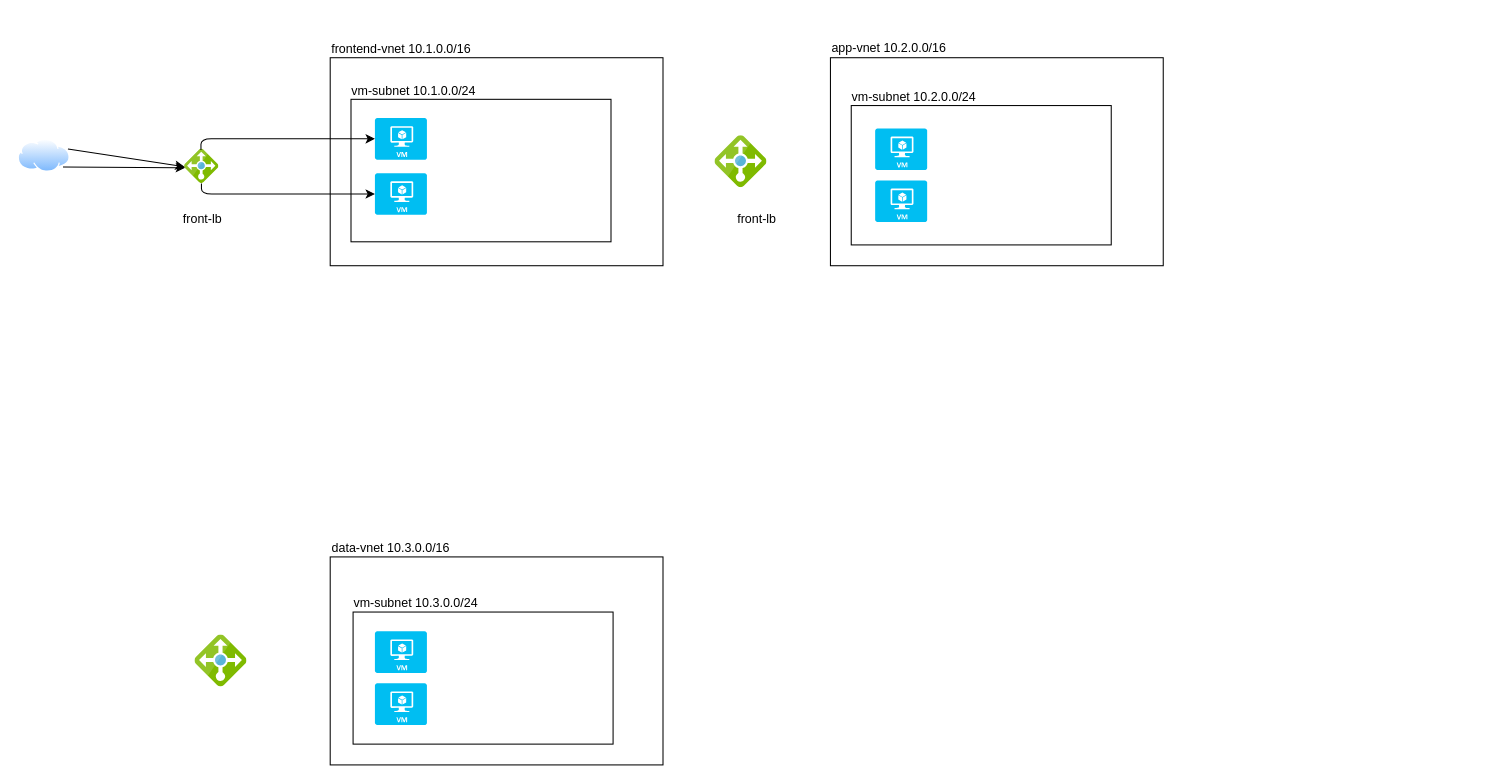
CallmeVRM/azure-LB02 keeps this draw.io diagram as az_lb_App_3layers.drawio. Above is the earlier version. Source tidied: cells renumbered, new cells numbered last; positions are measured from the earlier drawing's top-left corner, leaving out a move shared by most shapes. Both pictures are drawn from the tidied source at 104%, with x=0, y=0 at pixel (18, 32). Pictures stored in the file or linked from it are replaced by grey dashed boxes.
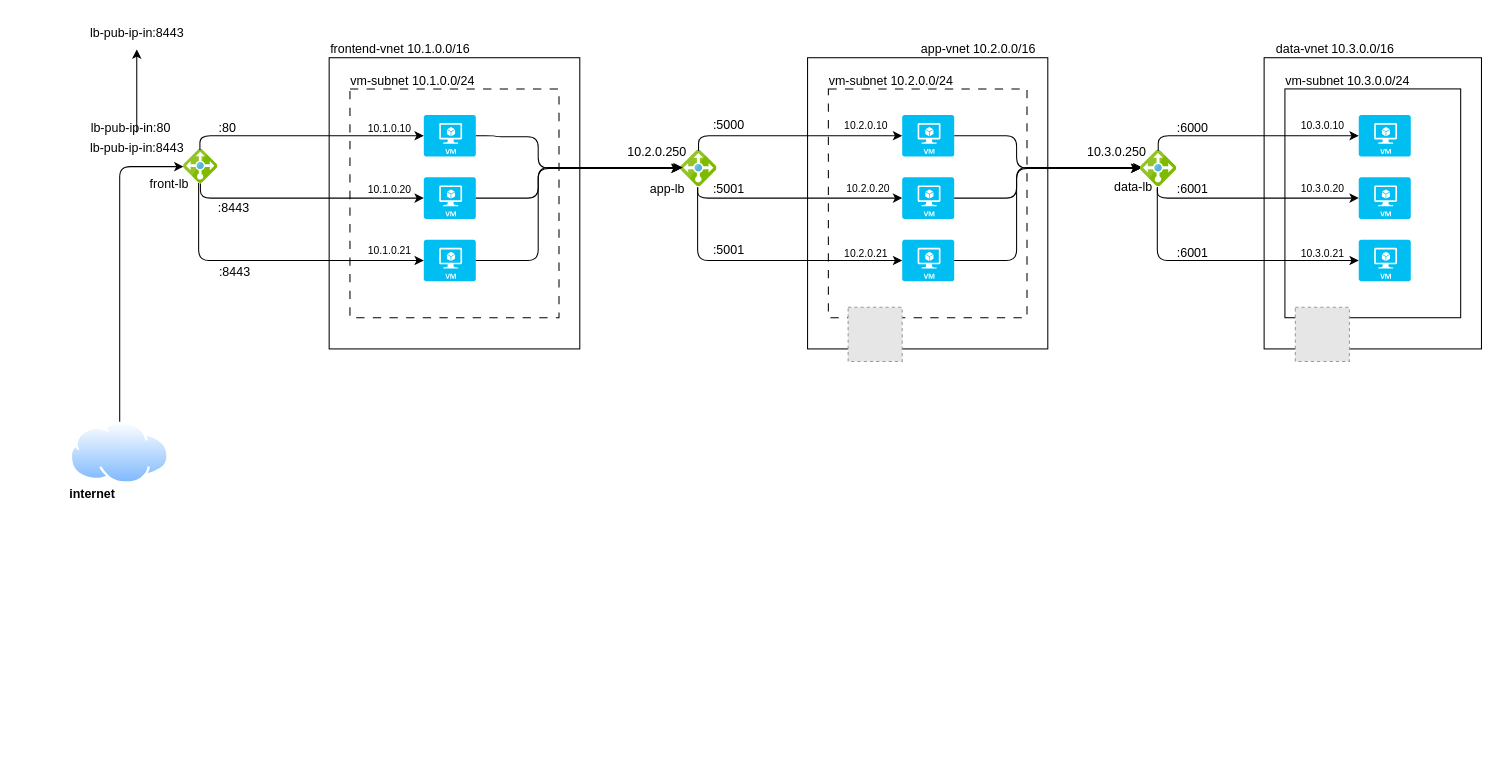
Above is the later version.

Change to the diagram source:
```diff
@@
     <mxCell id="2" style="rounded=0;whiteSpace=wrap;html=1;" parent="1" vertex="1">
-      <mxGeometry x="300" y="24" width="320" height="200" as="geometry" />
+      <mxGeometry x="299" y="24" width="241" height="280" as="geometry" />
     </mxCell>
-    <mxCell id="3" style="rounded=0;whiteSpace=wrap;html=1;" parent="1" vertex="1">
-      <mxGeometry x="300" y="504" width="320" height="200" as="geometry" />
-    </mxCell>
-    <mxCell id="4" style="rounded=0;whiteSpace=wrap;html=1;" parent="1" vertex="1">
-      <mxGeometry x="781" y="24" width="320" height="200" as="geometry" />
-    </mxCell>
     <mxCell id="5" value="frontend-vnet 10.1.0.0/16" style="text;html=1;align=center;verticalAlign=middle;strokeColor=none;fillColor=none;" parent="1" vertex="1">
-      <mxGeometry x="288" y="1" width="160" height="30" as="geometry" />
+      <mxGeometry x="287" y="1" width="160" height="30" as="geometry" />
     </mxCell>
-    <mxCell id="6" value="app-vnet 10.2.0.0/16" style="text;html=1;align=center;verticalAlign=middle;strokeColor=none;fillColor=none;" parent="1" vertex="1">
-      <mxGeometry x="772" width="130" height="30" as="geometry" />
-    </mxCell>
-    <mxCell id="7" value="data-vnet 10.3.0.0/16" style="text;html=1;align=center;verticalAlign=middle;strokeColor=none;fillColor=none;" parent="1" vertex="1">
-      <mxGeometry x="288" y="481" width="140" height="30" as="geometry" />
-    </mxCell>
     <mxCell id="8" style="image;sketch=0;html=1;points=[];align=center;fontSize=12;image=img/lib/mscae/Load_Balancer_feature.svg;" parent="1" vertex="1">
-      <mxGeometry x="160" y="112" width="33" height="33" as="geometry" />
+      <mxGeometry x="159" y="112" width="33" height="33" as="geometry" />
     </mxCell>
     <mxCell id="9" style="image;sketch=0;html=1;points=[];align=center;fontSize=12;image=img/lib/mscae/Load_Balancer_feature.svg;" parent="1" vertex="1">
-      <mxGeometry x="670" y="99" width="50" height="50" as="geometry" />
+      <mxGeometry x="637" y="113" width="35" height="35" as="geometry" />
     </mxCell>
-    <mxCell id="10" style="image;sketch=0;html=1;align=center;fontSize=12;image=img/lib/mscae/Load_Balancer_feature.svg;" parent="1" vertex="1">
-      <mxGeometry x="170" y="579" width="50" height="50" as="geometry" />
-    </mxCell>
-    <mxCell id="11" style="rounded=0;whiteSpace=wrap;html=1;" parent="1" vertex="1">
-      <mxGeometry x="320" y="64" width="250" height="137" as="geometry" />
+    <mxCell id="11" style="rounded=0;whiteSpace=wrap;html=1;dashed=1;dashPattern=8 8;" parent="1" vertex="1">
+      <mxGeometry x="319" y="54" width="201" height="220" as="geometry" />
     </mxCell>
     <mxCell id="12" value="vm-subnet 10.1.0.0/24" style="text;html=1;align=center;verticalAlign=middle;strokeColor=none;fillColor=none;" parent="1" vertex="1">
-      <mxGeometry x="310" y="41" width="140" height="30" as="geometry" />
+      <mxGeometry x="309" y="32" width="140" height="30" as="geometry" />
     </mxCell>
     <mxCell id="13" style="verticalLabelPosition=bottom;html=1;verticalAlign=top;align=center;strokeColor=none;fillColor=#00BEF2;shape=mxgraph.azure.virtual_machine;" parent="1" vertex="1">
-      <mxGeometry x="343" y="82" width="50" height="40" as="geometry" />
+      <mxGeometry x="390" y="79" width="50" height="40" as="geometry" />
     </mxCell>
     <mxCell id="14" style="verticalLabelPosition=bottom;html=1;verticalAlign=top;align=center;strokeColor=none;fillColor=#00BEF2;shape=mxgraph.azure.virtual_machine;" parent="1" vertex="1">
-      <mxGeometry x="343" y="135" width="50" height="40" as="geometry" />
+      <mxGeometry x="390" y="139" width="50" height="40" as="geometry" />
     </mxCell>
-    <mxCell id="15" style="rounded=0;whiteSpace=wrap;html=1;" parent="1" vertex="1">
-      <mxGeometry x="801" y="70" width="250" height="134" as="geometry" />
-    </mxCell>
-    <mxCell id="16" value="vm-subnet 10.2.0.0/24" style="text;html=1;align=center;verticalAlign=middle;strokeColor=none;fillColor=none;" parent="1" vertex="1">
-      <mxGeometry x="791" y="47" width="140" height="30" as="geometry" />
-    </mxCell>
-    <mxCell id="17" style="verticalLabelPosition=bottom;html=1;verticalAlign=top;align=center;strokeColor=none;fillColor=#00BEF2;shape=mxgraph.azure.virtual_machine;" parent="1" vertex="1">
-      <mxGeometry x="824" y="142" width="50" height="40" as="geometry" />
-    </mxCell>
-    <mxCell id="18" style="verticalLabelPosition=bottom;html=1;verticalAlign=top;align=center;strokeColor=none;fillColor=#00BEF2;shape=mxgraph.azure.virtual_machine;" parent="1" vertex="1">
-      <mxGeometry x="824" y="92" width="50" height="40" as="geometry" />
-    </mxCell>
-    <mxCell id="19" style="rounded=0;whiteSpace=wrap;html=1;" parent="1" vertex="1">
-      <mxGeometry x="322" y="557" width="250" height="127" as="geometry" />
-    </mxCell>
-    <mxCell id="20" value="vm-subnet 10.3.0.0/24" style="text;html=1;align=center;verticalAlign=middle;strokeColor=none;fillColor=none;" parent="1" vertex="1">
-      <mxGeometry x="312" y="534" width="140" height="30" as="geometry" />
-    </mxCell>
-    <mxCell id="21" style="verticalLabelPosition=bottom;html=1;verticalAlign=top;align=center;strokeColor=none;fillColor=#00BEF2;shape=mxgraph.azure.virtual_machine;" parent="1" vertex="1">
-      <mxGeometry x="343" y="625.5" width="50" height="40" as="geometry" />
-    </mxCell>
-    <mxCell id="22" style="verticalLabelPosition=bottom;html=1;verticalAlign=top;align=center;strokeColor=none;fillColor=#00BEF2;shape=mxgraph.azure.virtual_machine;" parent="1" vertex="1">
-      <mxGeometry x="343" y="575.5" width="50" height="40" as="geometry" />
-    </mxCell>
@@
     <mxCell id="24" style="image;perimeter=ellipsePerimeter;html=1;align=center;shadow=0;dashed=0;spacingTop=3;image=img/lib/active_directory/internet_cloud.svg;" parent="1" vertex="1">
-      <mxGeometry y="102.5" width="50" height="31.5" as="geometry" />
+      <mxGeometry x="50" y="374" width="95.2" height="60" as="geometry" />
     </mxCell>
@@
     <mxCell id="26" value="front-lb" style="text;html=1;align=center;verticalAlign=middle;strokeColor=none;fillColor=none;" parent="1" vertex="1">
-      <mxGeometry x="146.5" y="164" width="60" height="30" as="geometry" />
+      <mxGeometry x="115" y="131" width="60" height="30" as="geometry" />
     </mxCell>
-    <mxCell id="27" value="front-lb" style="text;html=1;align=center;verticalAlign=middle;strokeColor=none;fillColor=none;" parent="1" vertex="1">
-      <mxGeometry x="680" y="164" width="60" height="30" as="geometry" />
+    <mxCell id="27" value="app-lb" style="text;html=1;align=center;verticalAlign=middle;strokeColor=none;fillColor=none;" parent="1" vertex="1">
+      <mxGeometry x="594" y="136" width="60" height="30" as="geometry" />
     </mxCell>
-    <mxCell id="28" style="edgeStyle=none;html=1;exitX=1;exitY=0.25;exitDx=0;exitDy=0;entryX=-0.002;entryY=0.507;entryDx=0;entryDy=0;entryPerimeter=0;" parent="1" edge="1" source="24" target="8">
+    <mxCell id="28" style="edgeStyle=orthogonalEdgeStyle;html=1;exitX=0.5;exitY=0;exitDx=0;exitDy=0;entryX=-0.002;entryY=0.507;entryDx=0;entryDy=0;entryPerimeter=0;" parent="1" edge="1" source="24" target="8">
       <mxGeometry relative="1" as="geometry" />
     </mxCell>
-    <mxCell id="29" style="edgeStyle=none;html=1;exitX=1;exitY=1;exitDx=0;exitDy=0;entryX=0.013;entryY=0.538;entryDx=0;entryDy=0;entryPerimeter=0;" parent="1" edge="1" source="24" target="8">
-      <mxGeometry relative="1" as="geometry" />
-    </mxCell>
+    <mxCell id="30" style="edgeStyle=orthogonalEdgeStyle;html=1;exitX=1;exitY=0.5;exitDx=0;exitDy=0;exitPerimeter=0;entryX=0.012;entryY=0.491;entryDx=0;entryDy=0;entryPerimeter=0;" parent="1" edge="1" source="13" target="9">
+      <mxGeometry relative="1" as="geometry">
+        <Array as="points">
+          <mxPoint x="459" y="99" />
+          <mxPoint x="459" y="100" />
+          <mxPoint x="500" y="100" />
+          <mxPoint x="500" y="130" />
+        </Array>
+      </mxGeometry>
+    </mxCell>
+    <mxCell id="31" style="edgeStyle=orthogonalEdgeStyle;html=1;exitX=1;exitY=0.5;exitDx=0;exitDy=0;exitPerimeter=0;entryX=-0.004;entryY=0.499;entryDx=0;entryDy=0;entryPerimeter=0;" parent="1" edge="1" source="14" target="9">
+      <mxGeometry relative="1" as="geometry">
+        <Array as="points">
+          <mxPoint x="500" y="159" />
+          <mxPoint x="500" y="131" />
+        </Array>
+      </mxGeometry>
+    </mxCell>
+    <mxCell id="32" value="internet" style="text;html=1;align=center;verticalAlign=middle;strokeColor=none;fillColor=none;fontStyle=1;" parent="1" vertex="1">
+      <mxGeometry x="41" y="429" width="60" height="30" as="geometry" />
+    </mxCell>
+    <mxCell id="33" value="10.1.0.10" style="text;html=1;align=center;verticalAlign=middle;strokeColor=none;fillColor=none;fontSize=10;" parent="1" vertex="1">
+      <mxGeometry x="322" y="77" width="70" height="30" as="geometry" />
+    </mxCell>
+    <mxCell id="34" style="verticalLabelPosition=bottom;html=1;verticalAlign=top;align=center;strokeColor=none;fillColor=#00BEF2;shape=mxgraph.azure.virtual_machine;" parent="1" vertex="1">
+      <mxGeometry x="390" y="199" width="50" height="40" as="geometry" />
+    </mxCell>
+    <mxCell id="35" style="edgeStyle=orthogonalEdgeStyle;html=1;entryX=0;entryY=0.5;entryDx=0;entryDy=0;entryPerimeter=0;exitX=0.439;exitY=0.985;exitDx=0;exitDy=0;exitPerimeter=0;" parent="1" edge="1" source="8" target="34">
+      <mxGeometry relative="1" as="geometry" />
+    </mxCell>
+    <mxCell id="36" value="10.1.0.20" style="text;html=1;align=center;verticalAlign=middle;strokeColor=none;fillColor=none;fontSize=10;" parent="1" vertex="1">
+      <mxGeometry x="322" y="136" width="70" height="30" as="geometry" />
+    </mxCell>
+    <mxCell id="37" value="10.1.0.21" style="text;html=1;align=center;verticalAlign=middle;strokeColor=none;fillColor=none;fontSize=10;" parent="1" vertex="1">
+      <mxGeometry x="322" y="194" width="70" height="30" as="geometry" />
+    </mxCell>
+    <mxCell id="38" style="rounded=0;whiteSpace=wrap;html=1;" parent="1" vertex="1">
+      <mxGeometry x="759" y="24" width="231" height="280" as="geometry" />
+    </mxCell>
+    <mxCell id="6" value="app-vnet 10.2.0.0/16" style="text;html=1;align=center;verticalAlign=middle;strokeColor=none;fillColor=none;" parent="1" vertex="1">
+      <mxGeometry x="858" y="1" width="130" height="30" as="geometry" />
+    </mxCell>
+    <mxCell id="39" style="rounded=0;whiteSpace=wrap;html=1;dashed=1;dashPattern=8 8;" parent="1" vertex="1">
+      <mxGeometry x="779" y="54" width="191" height="220" as="geometry" />
+    </mxCell>
+    <mxCell id="16" value="vm-subnet 10.2.0.0/24" style="text;html=1;align=center;verticalAlign=middle;strokeColor=none;fillColor=none;" parent="1" vertex="1">
+      <mxGeometry x="769" y="32" width="140" height="30" as="geometry" />
+    </mxCell>
+    <mxCell id="40" style="verticalLabelPosition=bottom;html=1;verticalAlign=top;align=center;strokeColor=none;fillColor=#00BEF2;shape=mxgraph.azure.virtual_machine;" parent="1" vertex="1">
+      <mxGeometry x="850" y="79" width="50" height="40" as="geometry" />
+    </mxCell>
+    <mxCell id="41" style="verticalLabelPosition=bottom;html=1;verticalAlign=top;align=center;strokeColor=none;fillColor=#00BEF2;shape=mxgraph.azure.virtual_machine;" parent="1" vertex="1">
+      <mxGeometry x="850" y="139" width="50" height="40" as="geometry" />
+    </mxCell>
+    <mxCell id="42" value="10.2.0.10" style="text;html=1;align=center;verticalAlign=middle;strokeColor=none;fillColor=none;fontSize=10;" parent="1" vertex="1">
+      <mxGeometry x="780" y="74" width="70" height="30" as="geometry" />
+    </mxCell>
+    <mxCell id="43" style="verticalLabelPosition=bottom;html=1;verticalAlign=top;align=center;strokeColor=none;fillColor=#00BEF2;shape=mxgraph.azure.virtual_machine;" parent="1" vertex="1">
+      <mxGeometry x="850" y="199" width="50" height="40" as="geometry" />
+    </mxCell>
+    <mxCell id="44" value="10.2.0.20" style="text;html=1;align=center;verticalAlign=middle;strokeColor=none;fillColor=none;fontSize=10;" parent="1" vertex="1">
+      <mxGeometry x="782" y="135" width="70" height="30" as="geometry" />
+    </mxCell>
+    <mxCell id="45" value="10.2.0.21" style="text;html=1;align=center;verticalAlign=middle;strokeColor=none;fillColor=none;fontSize=10;" parent="1" vertex="1">
+      <mxGeometry x="780" y="197" width="70" height="30" as="geometry" />
+    </mxCell>
+    <mxCell id="46" style="edgeStyle=orthogonalEdgeStyle;html=1;entryX=0;entryY=0.5;entryDx=0;entryDy=0;entryPerimeter=0;exitX=0.491;exitY=0.01;exitDx=0;exitDy=0;exitPerimeter=0;" parent="1" edge="1" source="9" target="40">
+      <mxGeometry relative="1" as="geometry">
+        <Array as="points">
+          <mxPoint x="654" y="99" />
+        </Array>
+      </mxGeometry>
+    </mxCell>
+    <mxCell id="47" style="edgeStyle=orthogonalEdgeStyle;html=1;entryX=0;entryY=0.5;entryDx=0;entryDy=0;entryPerimeter=0;exitX=0.468;exitY=1.012;exitDx=0;exitDy=0;exitPerimeter=0;" parent="1" edge="1" source="9" target="41">
+      <mxGeometry relative="1" as="geometry" />
+    </mxCell>
+    <mxCell id="48" style="edgeStyle=orthogonalEdgeStyle;html=1;entryX=0;entryY=0.5;entryDx=0;entryDy=0;entryPerimeter=0;exitX=0.465;exitY=1.03;exitDx=0;exitDy=0;exitPerimeter=0;" parent="1" edge="1" source="9" target="43">
+      <mxGeometry relative="1" as="geometry">
+        <Array as="points">
+          <mxPoint x="653" y="219" />
+        </Array>
+      </mxGeometry>
+    </mxCell>
+    <mxCell id="49" value=":80" style="text;html=1;align=center;verticalAlign=middle;strokeColor=none;fillColor=none;" parent="1" vertex="1">
+      <mxGeometry x="181" y="77" width="40" height="30" as="geometry" />
+    </mxCell>
+    <mxCell id="50" value=":8443" style="text;html=1;align=center;verticalAlign=middle;strokeColor=none;fillColor=none;" parent="1" vertex="1">
+      <mxGeometry x="182" y="154" width="50" height="30" as="geometry" />
+    </mxCell>
+    <mxCell id="51" value=":8443" style="text;html=1;align=center;verticalAlign=middle;strokeColor=none;fillColor=none;" parent="1" vertex="1">
+      <mxGeometry x="183" y="215" width="50" height="30" as="geometry" />
+    </mxCell>
+    <mxCell id="52" style="edgeStyle=orthogonalEdgeStyle;html=1;exitX=1;exitY=0.5;exitDx=0;exitDy=0;exitPerimeter=0;entryX=0.056;entryY=0.473;entryDx=0;entryDy=0;entryPerimeter=0;" parent="1" edge="1" source="34" target="9">
+      <mxGeometry relative="1" as="geometry">
+        <Array as="points">
+          <mxPoint x="500" y="219" />
+          <mxPoint x="500" y="130" />
+        </Array>
+      </mxGeometry>
+    </mxCell>
+    <mxCell id="53" value=":5000" style="text;html=1;align=center;verticalAlign=middle;strokeColor=none;fillColor=none;" parent="1" vertex="1">
+      <mxGeometry x="658" y="74" width="50" height="30" as="geometry" />
+    </mxCell>
+    <mxCell id="54" value=":5001" style="text;html=1;align=center;verticalAlign=middle;strokeColor=none;fillColor=none;" parent="1" vertex="1">
+      <mxGeometry x="658" y="136" width="50" height="30" as="geometry" />
+    </mxCell>
+    <mxCell id="55" value=":5001" style="text;html=1;align=center;verticalAlign=middle;strokeColor=none;fillColor=none;" parent="1" vertex="1">
+      <mxGeometry x="658" y="194" width="50" height="30" as="geometry" />
+    </mxCell>
+    <mxCell id="56" style="rounded=0;whiteSpace=wrap;html=1;" parent="1" vertex="1">
+      <mxGeometry x="1198" y="24" width="209" height="280" as="geometry" />
+    </mxCell>
+    <mxCell id="7" value="data-vnet 10.3.0.0/16" style="text;html=1;align=center;verticalAlign=middle;strokeColor=none;fillColor=none;" parent="1" vertex="1">
+      <mxGeometry x="1196" y="1" width="140" height="30" as="geometry" />
+    </mxCell>
+    <mxCell id="57" style="rounded=0;whiteSpace=wrap;html=1;" parent="1" vertex="1">
+      <mxGeometry x="1218" y="54" width="169" height="220" as="geometry" />
+    </mxCell>
+    <mxCell id="20" value="vm-subnet 10.3.0.0/24" style="text;html=1;align=center;verticalAlign=middle;strokeColor=none;fillColor=none;" parent="1" vertex="1">
+      <mxGeometry x="1208" y="32" width="140" height="30" as="geometry" />
+    </mxCell>
+    <mxCell id="58" style="verticalLabelPosition=bottom;html=1;verticalAlign=top;align=center;strokeColor=none;fillColor=#00BEF2;shape=mxgraph.azure.virtual_machine;" parent="1" vertex="1">
+      <mxGeometry x="1289" y="79" width="50" height="40" as="geometry" />
+    </mxCell>
+    <mxCell id="59" style="verticalLabelPosition=bottom;html=1;verticalAlign=top;align=center;strokeColor=none;fillColor=#00BEF2;shape=mxgraph.azure.virtual_machine;" parent="1" vertex="1">
+      <mxGeometry x="1289" y="139" width="50" height="40" as="geometry" />
+    </mxCell>
+    <mxCell id="60" value="10.3.0.10" style="text;html=1;align=center;verticalAlign=middle;strokeColor=none;fillColor=none;fontSize=10;" parent="1" vertex="1">
+      <mxGeometry x="1219" y="74" width="70" height="30" as="geometry" />
+    </mxCell>
+    <mxCell id="61" style="verticalLabelPosition=bottom;html=1;verticalAlign=top;align=center;strokeColor=none;fillColor=#00BEF2;shape=mxgraph.azure.virtual_machine;" parent="1" vertex="1">
+      <mxGeometry x="1289" y="199" width="50" height="40" as="geometry" />
+    </mxCell>
+    <mxCell id="62" value="10.3.0.20" style="text;html=1;align=center;verticalAlign=middle;strokeColor=none;fillColor=none;fontSize=10;" parent="1" vertex="1">
+      <mxGeometry x="1219" y="135" width="70" height="30" as="geometry" />
+    </mxCell>
+    <mxCell id="63" value="10.3.0.21" style="text;html=1;align=center;verticalAlign=middle;strokeColor=none;fillColor=none;fontSize=10;" parent="1" vertex="1">
+      <mxGeometry x="1219" y="197" width="70" height="30" as="geometry" />
+    </mxCell>
+    <mxCell id="64" style="edgeStyle=orthogonalEdgeStyle;html=1;exitX=1;exitY=0.5;exitDx=0;exitDy=0;exitPerimeter=0;entryX=0.012;entryY=0.491;entryDx=0;entryDy=0;entryPerimeter=0;" parent="1" edge="1" source="40" target="67">
+      <mxGeometry relative="1" as="geometry">
+        <Array as="points">
+          <mxPoint x="960" y="99" />
+          <mxPoint x="960" y="130" />
+        </Array>
+      </mxGeometry>
+    </mxCell>
+    <mxCell id="65" style="edgeStyle=orthogonalEdgeStyle;html=1;exitX=1;exitY=0.5;exitDx=0;exitDy=0;exitPerimeter=0;entryX=-0.004;entryY=0.499;entryDx=0;entryDy=0;entryPerimeter=0;" parent="1" edge="1" source="41" target="67">
+      <mxGeometry relative="1" as="geometry">
+        <Array as="points">
+          <mxPoint x="960" y="159" />
+          <mxPoint x="960" y="131" />
+        </Array>
+      </mxGeometry>
+    </mxCell>
+    <mxCell id="66" style="edgeStyle=orthogonalEdgeStyle;html=1;exitX=1;exitY=0.5;exitDx=0;exitDy=0;exitPerimeter=0;entryX=0.056;entryY=0.473;entryDx=0;entryDy=0;entryPerimeter=0;" parent="1" edge="1" source="43" target="67">
+      <mxGeometry relative="1" as="geometry">
+        <Array as="points">
+          <mxPoint x="960" y="219" />
+          <mxPoint x="960" y="130" />
+        </Array>
+      </mxGeometry>
+    </mxCell>
+    <mxCell id="67" style="image;sketch=0;html=1;points=[];align=center;fontSize=12;image=img/lib/mscae/Load_Balancer_feature.svg;" parent="1" vertex="1">
+      <mxGeometry x="1079" y="113" width="35" height="35" as="geometry" />
+    </mxCell>
+    <mxCell id="68" value=":6000" style="text;html=1;align=center;verticalAlign=middle;strokeColor=none;fillColor=none;" parent="1" vertex="1">
+      <mxGeometry x="1104" y="77" width="50" height="30" as="geometry" />
+    </mxCell>
+    <mxCell id="69" value=":6001" style="text;html=1;align=center;verticalAlign=middle;strokeColor=none;fillColor=none;" parent="1" vertex="1">
+      <mxGeometry x="1104" y="136" width="50" height="30" as="geometry" />
+    </mxCell>
+    <mxCell id="70" style="edgeStyle=orthogonalEdgeStyle;html=1;entryX=0;entryY=0.5;entryDx=0;entryDy=0;entryPerimeter=0;exitX=0.468;exitY=1.012;exitDx=0;exitDy=0;exitPerimeter=0;" parent="1" edge="1" source="67" target="59">
+      <mxGeometry relative="1" as="geometry" />
+    </mxCell>
+    <mxCell id="71" style="edgeStyle=orthogonalEdgeStyle;html=1;exitX=0.491;exitY=0.01;exitDx=0;exitDy=0;exitPerimeter=0;entryX=0;entryY=0.5;entryDx=0;entryDy=0;entryPerimeter=0;" parent="1" edge="1" source="67" target="58">
+      <mxGeometry relative="1" as="geometry">
+        <Array as="points">
+          <mxPoint x="1096" y="99" />
+        </Array>
+      </mxGeometry>
+    </mxCell>
+    <mxCell id="72" value=":6001" style="text;html=1;align=center;verticalAlign=middle;strokeColor=none;fillColor=none;" parent="1" vertex="1">
+      <mxGeometry x="1104" y="197" width="50" height="30" as="geometry" />
+    </mxCell>
+    <mxCell id="73" style="edgeStyle=orthogonalEdgeStyle;html=1;entryX=0;entryY=0.5;entryDx=0;entryDy=0;entryPerimeter=0;exitX=0.465;exitY=1.03;exitDx=0;exitDy=0;exitPerimeter=0;" parent="1" edge="1" source="67" target="61">
+      <mxGeometry relative="1" as="geometry">
+        <Array as="points">
+          <mxPoint x="1095" y="219" />
+        </Array>
+      </mxGeometry>
+    </mxCell>
+    <mxCell id="74" style="fillColor=#E6E6E6;strokeColor=#999999;dashed=1;verticalLabelPosition=bottom;labelBackgroundColor=default;verticalAlign=top;" parent="1" vertex="1">
+      <mxGeometry x="798" y="264" width="52" height="52" as="geometry" />
+    </mxCell>
+    <mxCell id="75" style="fillColor=#E6E6E6;strokeColor=#999999;dashed=1;verticalLabelPosition=bottom;labelBackgroundColor=default;verticalAlign=top;" parent="1" vertex="1">
+      <mxGeometry x="1228" y="264" width="52" height="52" as="geometry" />
+    </mxCell>
+    <mxCell id="76" value="data-lb" style="text;html=1;align=center;verticalAlign=middle;strokeColor=none;fillColor=none;" parent="1" vertex="1">
+      <mxGeometry x="1042" y="134" width="60" height="30" as="geometry" />
+    </mxCell>
+    <mxCell id="77" value="10.3.0.250" style="text;html=1;align=center;verticalAlign=middle;strokeColor=none;fillColor=none;" parent="1" vertex="1">
+      <mxGeometry x="1016" y="100" width="80" height="30" as="geometry" />
+    </mxCell>
+    <mxCell id="78" value="10.2.0.250" style="text;html=1;align=center;verticalAlign=middle;strokeColor=none;fillColor=none;" parent="1" vertex="1">
+      <mxGeometry x="574" y="100" width="80" height="30" as="geometry" />
+    </mxCell>
+    <mxCell id="79" value="lb-pub-ip-in:80" style="text;html=1;align=center;verticalAlign=middle;strokeColor=none;fillColor=none;" parent="1" vertex="1">
+      <mxGeometry x="58" y="77" width="100" height="30" as="geometry" />
+    </mxCell>
+    <mxCell id="80" style="edgeStyle=none;html=1;" parent="1" edge="1" source="81" target="82">
+      <mxGeometry relative="1" as="geometry" />
+    </mxCell>
+    <mxCell id="81" value="lb-pub-ip-in:8443" style="text;html=1;align=center;verticalAlign=middle;points=[];strokeColor=none;fillColor=none;" parent="1" vertex="1">
+      <mxGeometry x="59" y="96" width="110" height="30" as="geometry" />
+    </mxCell>
+    <mxCell id="82" value="lb-pub-ip-in:8443" style="text;html=1;align=center;verticalAlign=middle;points=[];strokeColor=none;fillColor=none;" parent="1" vertex="1">
+      <mxGeometry x="59" y="-14" width="110" height="30" as="geometry" />
+    </mxCell>
```
